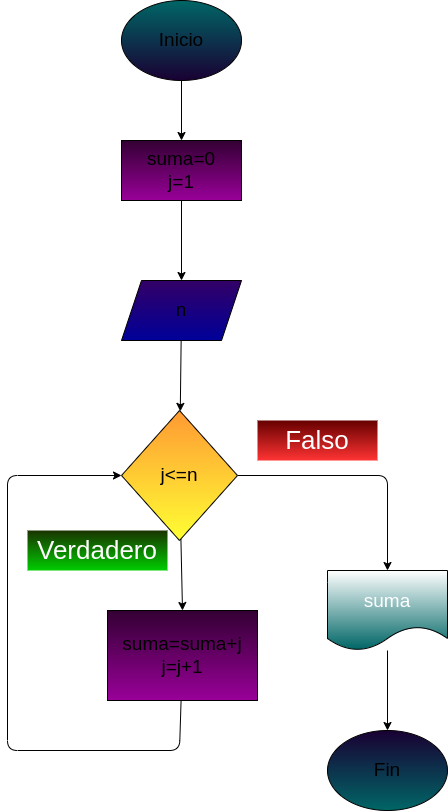
The draw.io diagram ejercicio3_rangopar/diagrama.png in juanomanino/cliclo_while_python, before a commit. Source tidied: cells renumbered, new cells last; positions are measured from the earlier drawing's top-left corner, leaving out a move shared by most shapes.
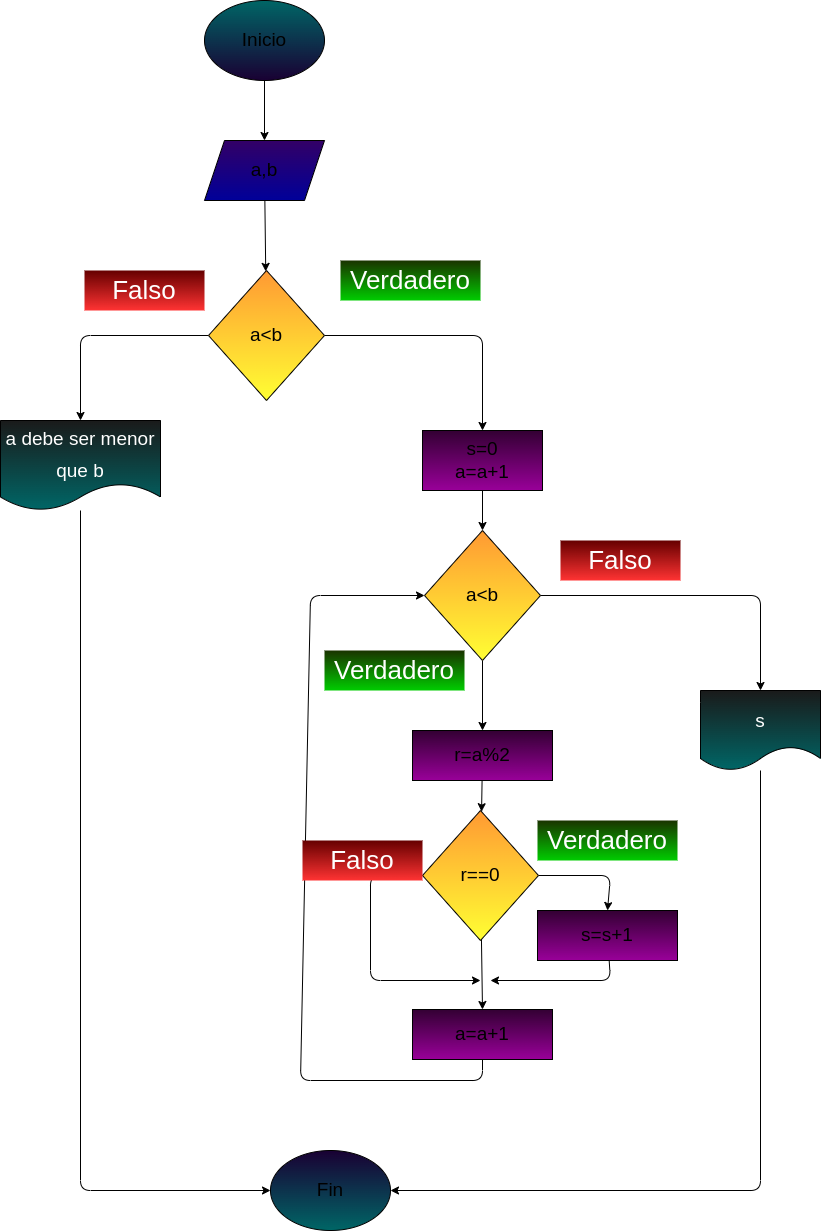
After the change.

The edit, as a diff of the source:
```diff
@@ -2,26 +2,20 @@
   <root>
     <mxCell id="0" />
     <mxCell id="1" parent="0" />
-    <mxCell id="2" style="edgeStyle=none;html=1;fontSize=19;" parent="1" edge="1" source="3" target="6">
-      <mxGeometry relative="1" as="geometry" />
-    </mxCell>
+    <mxCell id="18" style="edgeStyle=none;html=1;entryX=0.5;entryY=0;entryDx=0;entryDy=0;" parent="1" edge="1" source="3" target="8">
+      <mxGeometry relative="1" as="geometry" />
+    </mxCell>
     <mxCell id="3" value="Inicio" style="ellipse;whiteSpace=wrap;html=1;fontSize=19;gradientColor=#190033;fillColor=#006666;" parent="1" vertex="1">
       <mxGeometry x="114" width="120" height="80" as="geometry" />
     </mxCell>
     <mxCell id="4" value="Fin" style="ellipse;whiteSpace=wrap;html=1;fontSize=19;gradientColor=#006666;fillColor=#190033;" parent="1" vertex="1">
-      <mxGeometry x="320" y="730" width="120" height="80" as="geometry" />
+      <mxGeometry x="180" y="1150" width="120" height="80" as="geometry" />
     </mxCell>
-    <mxCell id="5" style="edgeStyle=none;html=1;fontSize=19;" parent="1" edge="1" source="6" target="8">
-      <mxGeometry relative="1" as="geometry" />
-    </mxCell>
-    <mxCell id="6" value="suma=0&lt;br&gt;j=1" style="rounded=0;whiteSpace=wrap;html=1;fontSize=19;fillColor=#330033;gradientColor=#990099;" parent="1" vertex="1">
-      <mxGeometry x="114" y="140" width="120" height="60" as="geometry" />
-    </mxCell>
-    <mxCell id="7" style="edgeStyle=none;html=1;fontSize=19;" parent="1" edge="1" source="8" target="11">
-      <mxGeometry relative="1" as="geometry" />
-    </mxCell>
+    <mxCell id="19" style="edgeStyle=none;html=1;" parent="1" edge="1" source="8" target="23">
+      <mxGeometry relative="1" as="geometry" />
+    </mxCell>
-    <mxCell id="8" value="n" style="shape=parallelogram;perimeter=parallelogramPerimeter;whiteSpace=wrap;html=1;fixedSize=1;fontSize=19;fillColor=#330066;rounded=0;gradientColor=#000099;" parent="1" vertex="1">
-      <mxGeometry x="114" y="280" width="120" height="60" as="geometry" />
+    <mxCell id="8" value="a,b" style="shape=parallelogram;perimeter=parallelogramPerimeter;whiteSpace=wrap;html=1;fixedSize=1;fontSize=19;fillColor=#330066;rounded=0;gradientColor=#000099;" parent="1" vertex="1">
+      <mxGeometry x="114" y="140" width="120" height="60" as="geometry" />
     </mxCell>
     <mxCell id="9" style="edgeStyle=none;html=1;entryX=0.5;entryY=0;entryDx=0;entryDy=0;fontSize=19;fontColor=#000000;" parent="1" edge="1" source="11" target="13">
       <mxGeometry relative="1" as="geometry" />
@@ -29,36 +23,124 @@
     <mxCell id="10" style="edgeStyle=none;html=1;fontSize=19;fontColor=#000000;entryX=0.5;entryY=0;entryDx=0;entryDy=0;" parent="1" edge="1" source="11" target="16">
       <mxGeometry relative="1" as="geometry">
         <Array as="points">
-          <mxPoint x="380" y="475" />
+          <mxPoint x="670" y="595" />
         </Array>
       </mxGeometry>
     </mxCell>
-    <mxCell id="11" value="&lt;font color=&quot;#000000&quot;&gt;j&amp;lt;=n&lt;/font&gt;" style="rhombus;whiteSpace=wrap;html=1;fontSize=19;fillColor=#FF9933;rounded=0;gradientColor=#FFFF33;" parent="1" vertex="1">
-      <mxGeometry x="114" y="410" width="116" height="130" as="geometry" />
+    <mxCell id="11" value="&lt;font color=&quot;#000000&quot;&gt;a&amp;lt;b&lt;/font&gt;" style="rhombus;whiteSpace=wrap;html=1;fontSize=19;fillColor=#FF9933;rounded=0;gradientColor=#FFFF33;" parent="1" vertex="1">
+      <mxGeometry x="334" y="530" width="116" height="130" as="geometry" />
     </mxCell>
-    <mxCell id="12" style="edgeStyle=none;html=1;fontSize=19;fontColor=#000000;entryX=0;entryY=0.5;entryDx=0;entryDy=0;" parent="1" edge="1" source="13" target="11">
+    <mxCell id="12" style="edgeStyle=none;html=1;fontSize=19;fontColor=#000000;entryX=0;entryY=0.5;entryDx=0;entryDy=0;exitX=0.5;exitY=1;exitDx=0;exitDy=0;" parent="1" edge="1" source="34" target="11">
       <mxGeometry relative="1" as="geometry">
         <Array as="points">
-          <mxPoint x="172" y="750" />
-          <mxPoint y="750" />
-          <mxPoint y="475" />
+          <mxPoint x="392" y="1080" />
+          <mxPoint x="210" y="1080" />
+          <mxPoint x="220" y="595" />
         </Array>
       </mxGeometry>
     </mxCell>
+    <mxCell id="20" style="edgeStyle=none;html=1;" parent="1" edge="1" source="13" target="33">
+      <mxGeometry relative="1" as="geometry" />
+    </mxCell>
-    <mxCell id="13" value="suma=suma+j&lt;br&gt;j=j+1" style="rounded=0;whiteSpace=wrap;html=1;fontSize=19;fillColor=#330033;gradientColor=#990099;" parent="1" vertex="1">
-      <mxGeometry x="100" y="610" width="150" height="90" as="geometry" />
+    <mxCell id="13" value="r=a%2" style="rounded=0;whiteSpace=wrap;html=1;fontSize=19;fillColor=#330033;gradientColor=#990099;" parent="1" vertex="1">
+      <mxGeometry x="322" y="730" width="140" height="50" as="geometry" />
     </mxCell>
     <mxCell id="14" value="&lt;font color=&quot;#ffffff&quot; style=&quot;font-size: 26px&quot;&gt;Falso&lt;/font&gt;" style="text;html=1;strokeColor=none;fillColor=#660000;align=center;verticalAlign=middle;whiteSpace=wrap;rounded=0;fontSize=19;fontColor=#000000;gradientColor=#FF3333;" parent="1" vertex="1">
-      <mxGeometry x="250" y="420" width="120" height="40" as="geometry" />
+      <mxGeometry x="470" y="540" width="120" height="40" as="geometry" />
     </mxCell>
-    <mxCell id="15" style="edgeStyle=none;html=1;entryX=0.5;entryY=0;entryDx=0;entryDy=0;fontSize=19;fontColor=#FFFFFF;" parent="1" edge="1" source="16" target="4">
-      <mxGeometry relative="1" as="geometry" />
+    <mxCell id="15" style="edgeStyle=none;html=1;entryX=1;entryY=0.5;entryDx=0;entryDy=0;fontSize=19;fontColor=#FFFFFF;" parent="1" edge="1" source="16" target="4">
+      <mxGeometry relative="1" as="geometry">
+        <Array as="points">
+          <mxPoint x="670" y="1190" />
+        </Array>
+      </mxGeometry>
     </mxCell>
-    <mxCell id="16" value="&lt;font style=&quot;font-size: 19px&quot;&gt;suma&lt;/font&gt;" style="shape=document;whiteSpace=wrap;html=1;boundedLbl=1;fontSize=26;fontColor=#FFFFFF;fillColor=default;gradientColor=#006666;strokeColor=default;" parent="1" vertex="1">
-      <mxGeometry x="320" y="570" width="120" height="80" as="geometry" />
+    <mxCell id="16" value="&lt;font style=&quot;font-size: 19px&quot;&gt;s&lt;/font&gt;" style="shape=document;whiteSpace=wrap;html=1;boundedLbl=1;fontSize=26;fontColor=#FFFFFF;fillColor=#1A1A1A;gradientColor=#006666;strokeColor=default;" parent="1" vertex="1">
+      <mxGeometry x="610" y="690" width="120" height="80" as="geometry" />
     </mxCell>
     <mxCell id="17" value="&lt;font color=&quot;#ffffff&quot; style=&quot;font-size: 26px&quot;&gt;Verdadero&lt;/font&gt;" style="text;html=1;strokeColor=none;fillColor=#1A3300;align=center;verticalAlign=middle;whiteSpace=wrap;rounded=0;fontSize=19;fontColor=#000000;gradientColor=#00CC00;" parent="1" vertex="1">
-      <mxGeometry x="20" y="530" width="140" height="40" as="geometry" />
+      <mxGeometry x="234" y="650" width="140" height="40" as="geometry" />
     </mxCell>
+    <mxCell id="21" style="edgeStyle=none;html=1;entryX=0.5;entryY=0;entryDx=0;entryDy=0;" parent="1" edge="1" source="23" target="27">
+      <mxGeometry relative="1" as="geometry">
+        <Array as="points">
+          <mxPoint x="-10" y="335" />
+        </Array>
+      </mxGeometry>
+    </mxCell>
+    <mxCell id="22" style="edgeStyle=none;html=1;entryX=0.5;entryY=0;entryDx=0;entryDy=0;" parent="1" edge="1" source="23" target="29">
+      <mxGeometry relative="1" as="geometry">
+        <Array as="points">
+          <mxPoint x="392" y="335" />
+        </Array>
+      </mxGeometry>
+    </mxCell>
+    <mxCell id="23" value="&lt;font color=&quot;#000000&quot;&gt;a&amp;lt;b&lt;/font&gt;" style="rhombus;whiteSpace=wrap;html=1;fontSize=19;fillColor=#FF9933;rounded=0;gradientColor=#FFFF33;" parent="1" vertex="1">
+      <mxGeometry x="118" y="270" width="116" height="130" as="geometry" />
+    </mxCell>
+    <mxCell id="24" value="&lt;font color=&quot;#ffffff&quot; style=&quot;font-size: 26px&quot;&gt;Falso&lt;/font&gt;" style="text;html=1;strokeColor=none;fillColor=#660000;align=center;verticalAlign=middle;whiteSpace=wrap;rounded=0;fontSize=19;fontColor=#000000;gradientColor=#FF3333;" parent="1" vertex="1">
+      <mxGeometry x="-6" y="270" width="120" height="40" as="geometry" />
+    </mxCell>
+    <mxCell id="25" value="&lt;font color=&quot;#ffffff&quot; style=&quot;font-size: 26px&quot;&gt;Verdadero&lt;/font&gt;" style="text;html=1;strokeColor=none;fillColor=#1A3300;align=center;verticalAlign=middle;whiteSpace=wrap;rounded=0;fontSize=19;fontColor=#000000;gradientColor=#00CC00;" parent="1" vertex="1">
+      <mxGeometry x="250" y="260" width="140" height="40" as="geometry" />
+    </mxCell>
+    <mxCell id="26" style="edgeStyle=none;html=1;entryX=0;entryY=0.5;entryDx=0;entryDy=0;" parent="1" edge="1" source="27" target="4">
+      <mxGeometry relative="1" as="geometry">
+        <Array as="points">
+          <mxPoint x="-10" y="1190" />
+        </Array>
+      </mxGeometry>
+    </mxCell>
+    <mxCell id="27" value="&lt;font style=&quot;font-size: 19px&quot;&gt;a debe ser menor que b&lt;/font&gt;" style="shape=document;whiteSpace=wrap;html=1;boundedLbl=1;fontSize=26;fontColor=#FFFFFF;fillColor=#1A1A1A;gradientColor=#006666;strokeColor=default;" parent="1" vertex="1">
+      <mxGeometry x="-90" y="420" width="160" height="90" as="geometry" />
+    </mxCell>
+    <mxCell id="28" style="edgeStyle=none;html=1;" parent="1" edge="1" source="29" target="11">
+      <mxGeometry relative="1" as="geometry" />
+    </mxCell>
+    <mxCell id="29" value="s=0&lt;br&gt;a=a+1" style="rounded=0;whiteSpace=wrap;html=1;fontSize=19;fillColor=#330033;gradientColor=#990099;" parent="1" vertex="1">
+      <mxGeometry x="332" y="430" width="120" height="60" as="geometry" />
+    </mxCell>
+    <mxCell id="30" style="edgeStyle=none;html=1;entryX=0.5;entryY=0;entryDx=0;entryDy=0;" parent="1" edge="1" source="33" target="34">
+      <mxGeometry relative="1" as="geometry" />
+    </mxCell>
+    <mxCell id="31" style="edgeStyle=none;html=1;" parent="1" edge="1" source="33">
+      <mxGeometry relative="1" as="geometry">
+        <mxPoint x="390" y="980" as="targetPoint" />
+        <Array as="points">
+          <mxPoint x="280" y="875" />
+          <mxPoint x="280" y="980" />
+        </Array>
+      </mxGeometry>
+    </mxCell>
+    <mxCell id="32" style="edgeStyle=none;html=1;entryX=0.5;entryY=0;entryDx=0;entryDy=0;" parent="1" edge="1" source="33" target="36">
+      <mxGeometry relative="1" as="geometry">
+        <Array as="points">
+          <mxPoint x="520" y="875" />
+        </Array>
+      </mxGeometry>
+    </mxCell>
+    <mxCell id="33" value="&lt;font color=&quot;#000000&quot;&gt;r==0&lt;/font&gt;" style="rhombus;whiteSpace=wrap;html=1;fontSize=19;fillColor=#FF9933;rounded=0;gradientColor=#FFFF33;" parent="1" vertex="1">
+      <mxGeometry x="332" y="810" width="116" height="130" as="geometry" />
+    </mxCell>
+    <mxCell id="34" value="a=a+1" style="rounded=0;whiteSpace=wrap;html=1;fontSize=19;fillColor=#330033;gradientColor=#990099;" parent="1" vertex="1">
+      <mxGeometry x="322" y="1009" width="140" height="50" as="geometry" />
+    </mxCell>
+    <mxCell id="35" style="edgeStyle=none;html=1;" parent="1" edge="1" source="36">
+      <mxGeometry relative="1" as="geometry">
+        <mxPoint x="400" y="980" as="targetPoint" />
+        <Array as="points">
+          <mxPoint x="520" y="980" />
+        </Array>
+      </mxGeometry>
+    </mxCell>
+    <mxCell id="36" value="s=s+1" style="rounded=0;whiteSpace=wrap;html=1;fontSize=19;fillColor=#330033;gradientColor=#990099;" parent="1" vertex="1">
+      <mxGeometry x="447" y="910" width="140" height="50" as="geometry" />
+    </mxCell>
+    <mxCell id="37" value="&lt;font color=&quot;#ffffff&quot; style=&quot;font-size: 26px&quot;&gt;Verdadero&lt;/font&gt;" style="text;html=1;strokeColor=none;fillColor=#1A3300;align=center;verticalAlign=middle;whiteSpace=wrap;rounded=0;fontSize=19;fontColor=#000000;gradientColor=#00CC00;" parent="1" vertex="1">
+      <mxGeometry x="447" y="820" width="140" height="40" as="geometry" />
+    </mxCell>
+    <mxCell id="38" value="&lt;font color=&quot;#ffffff&quot; style=&quot;font-size: 26px&quot;&gt;Falso&lt;/font&gt;" style="text;html=1;strokeColor=none;fillColor=#660000;align=center;verticalAlign=middle;whiteSpace=wrap;rounded=0;fontSize=19;fontColor=#000000;gradientColor=#FF3333;" parent="1" vertex="1">
+      <mxGeometry x="212" y="840" width="120" height="40" as="geometry" />
+    </mxCell>
   </root>
 </mxGraphModel>
```
